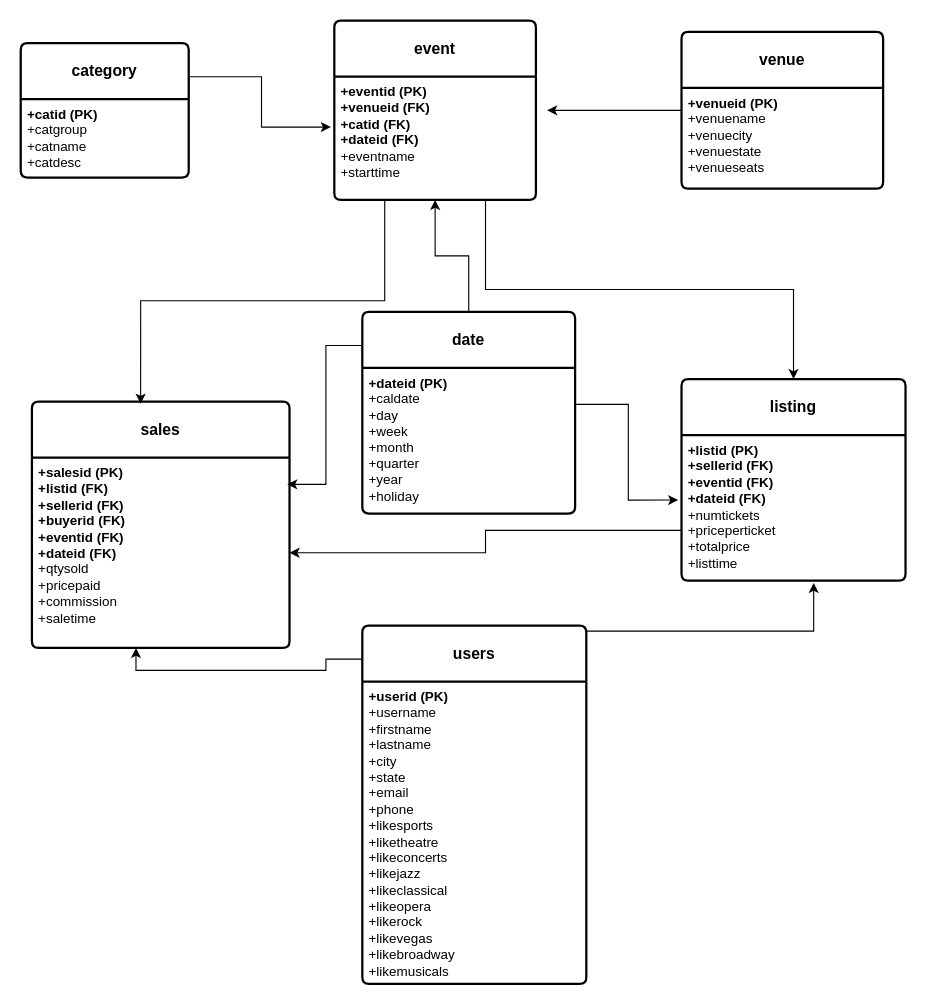
The draw.io diagram datamodel/datamodel.drawio in suhailmemon01101984/dataeng-project03, before the edit. Source tidied: cells renumbered, new cells numbered last; positions are measured from the earlier drawing's top-left corner, leaving out a move shared by most shapes. Both pictures are drawn from the tidied source at 112%, with x=0, y=0 at pixel (20, 20).
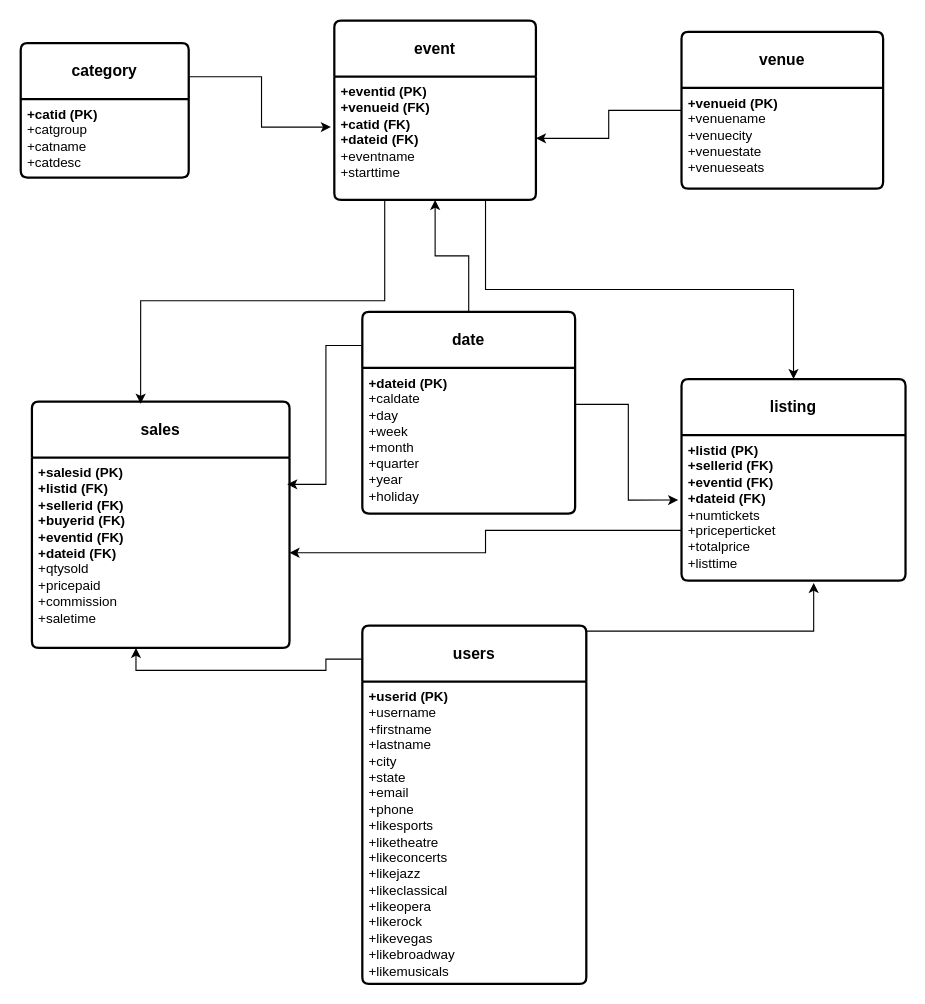
After the change.

The change refers to these unchanged cells:
```xml
<mxCell id="3" value="&lt;b&gt;+eventid (PK)&lt;br&gt;+venueid (FK)&lt;br&gt;+catid (FK)&lt;br&gt;+dateid (FK)&lt;/b&gt;&lt;br&gt;+eventname&lt;br&gt;+starttime" style="align=left;strokeColor=none;fillColor=none;spacingLeft=4;fontSize=12;verticalAlign=top;html=1;" parent="2" vertex="1">
  <mxGeometry y="50" width="180" height="110" as="geometry" />
</mxCell>
<mxCell id="15" value="&lt;b&gt;venue&lt;/b&gt;" style="swimlane;horizontal=1;startSize=50;rounded=1;fontSize=14;fontStyle=0;strokeWidth=2;shadow=0;dashed=0;align=center;arcSize=4;whiteSpace=wrap;html=1;" parent="1" vertex="1">
  <mxGeometry x="590" y="10" width="180" height="140" as="geometry" />
</mxCell>
```

Diff of the diagram source:
```diff
@@
-    <mxCell id="14" style="edgeStyle=orthogonalEdgeStyle;rounded=0;jettySize=auto;html=1;" parent="1" edge="1" source="15">
-      <mxGeometry relative="1" as="geometry">
-        <mxPoint x="470" y="80" as="targetPoint" />
-      </mxGeometry>
-    </mxCell>
+    <mxCell id="26" style="edgeStyle=orthogonalEdgeStyle;rounded=0;jettySize=auto;html=1;exitX=0;exitY=0.5;exitDx=0;exitDy=0;entryX=1;entryY=0.5;entryDx=0;entryDy=0;" parent="1" edge="1" source="15" target="3">
+      <mxGeometry relative="1" as="geometry" />
+    </mxCell>
```
